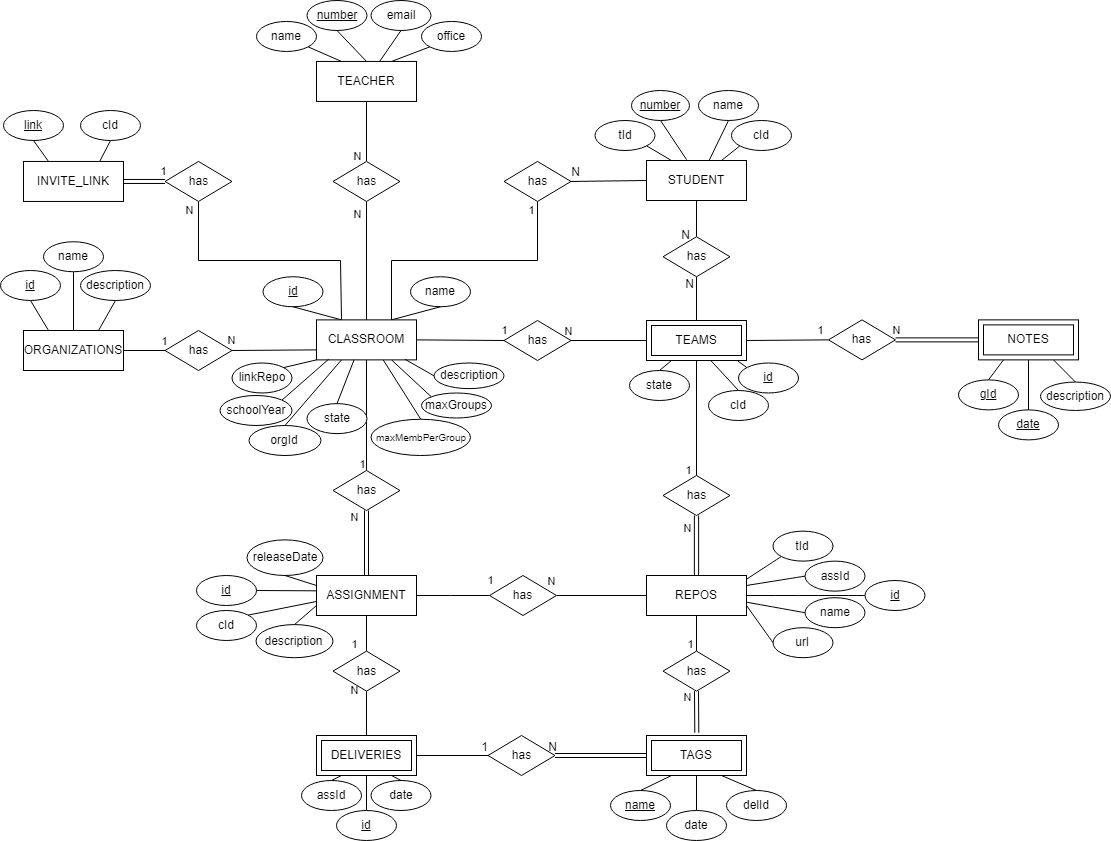
This is docs/data_model/data_model.png from i-on-project/teams, a draw.io export, as it was before one commit. Source tidied: cells renumbered, new cells last; positions are measured from the earlier drawing's top-left corner, leaving out a move shared by most shapes.
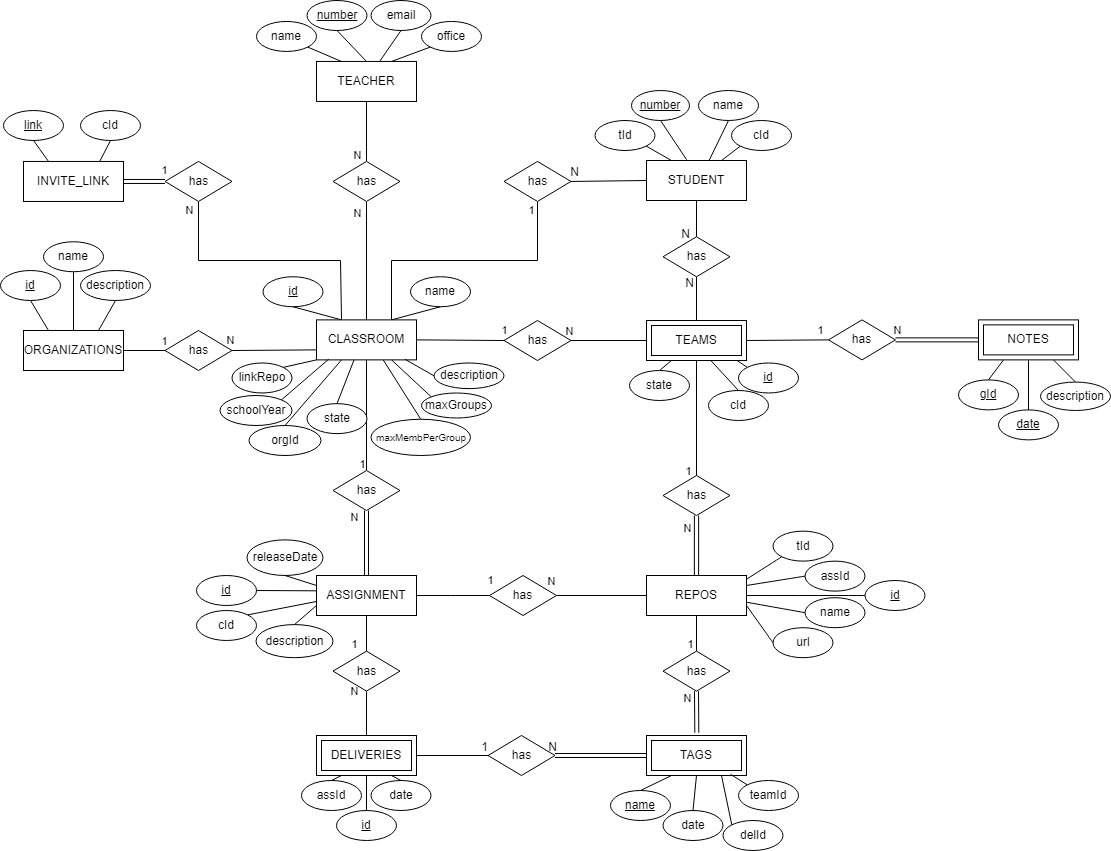
Later version of the same file.

Commit message:
Update data_model documents.

Change to the diagram source:
```diff
@@ -346,7 +346,7 @@
       <mxGeometry x="610" y="790" width="60" height="30" as="geometry" />
     </mxCell>
     <mxCell id="101" value="date" style="ellipse;whiteSpace=wrap;html=1;" parent="1" vertex="1">
-      <mxGeometry x="666" y="810" width="60" height="30" as="geometry" />
+      <mxGeometry x="662.5" y="810" width="60" height="30" as="geometry" />
     </mxCell>
     <mxCell id="102" style="endArrow=none;html=1;rounded=0;entryX=0.5;entryY=1;entryDx=0;entryDy=0;exitX=0.5;exitY=0;exitDx=0;exitDy=0;" parent="1" edge="1" source="101" target="108">
       <mxGeometry relative="1" as="geometry" />
@@ -546,10 +546,16 @@
       <mxGeometry x="332.5" y="650.6" width="67" height="40" as="geometry" />
     </mxCell>
     <mxCell id="162" value="delId" style="ellipse;whiteSpace=wrap;html=1;" parent="1" vertex="1">
-      <mxGeometry x="726" y="790" width="60" height="30" as="geometry" />
+      <mxGeometry x="722.5" y="820" width="60" height="30" as="geometry" />
     </mxCell>
-    <mxCell id="163" style="endArrow=none;html=1;rounded=0;entryX=0.75;entryY=1;entryDx=0;entryDy=0;exitX=0.5;exitY=0;exitDx=0;exitDy=0;" parent="1" edge="1" source="162" target="108">
+    <mxCell id="163" style="endArrow=none;html=1;rounded=0;entryX=0.75;entryY=1;entryDx=0;entryDy=0;exitX=0;exitY=0;exitDx=0;exitDy=0;" parent="1" edge="1" source="162" target="108">
       <mxGeometry relative="1" as="geometry" />
     </mxCell>
+    <mxCell id="164" value="teamId" style="ellipse;whiteSpace=wrap;html=1;" parent="1" vertex="1">
+      <mxGeometry x="738" y="780" width="60" height="30" as="geometry" />
+    </mxCell>
+    <mxCell id="165" style="endArrow=none;html=1;rounded=0;entryX=0.841;entryY=0.971;entryDx=0;entryDy=0;exitX=0;exitY=0;exitDx=0;exitDy=0;entryPerimeter=0;" parent="1" edge="1" source="164" target="108">
+      <mxGeometry relative="1" as="geometry" />
+    </mxCell>
   </root>
 </mxGraphModel>
```
